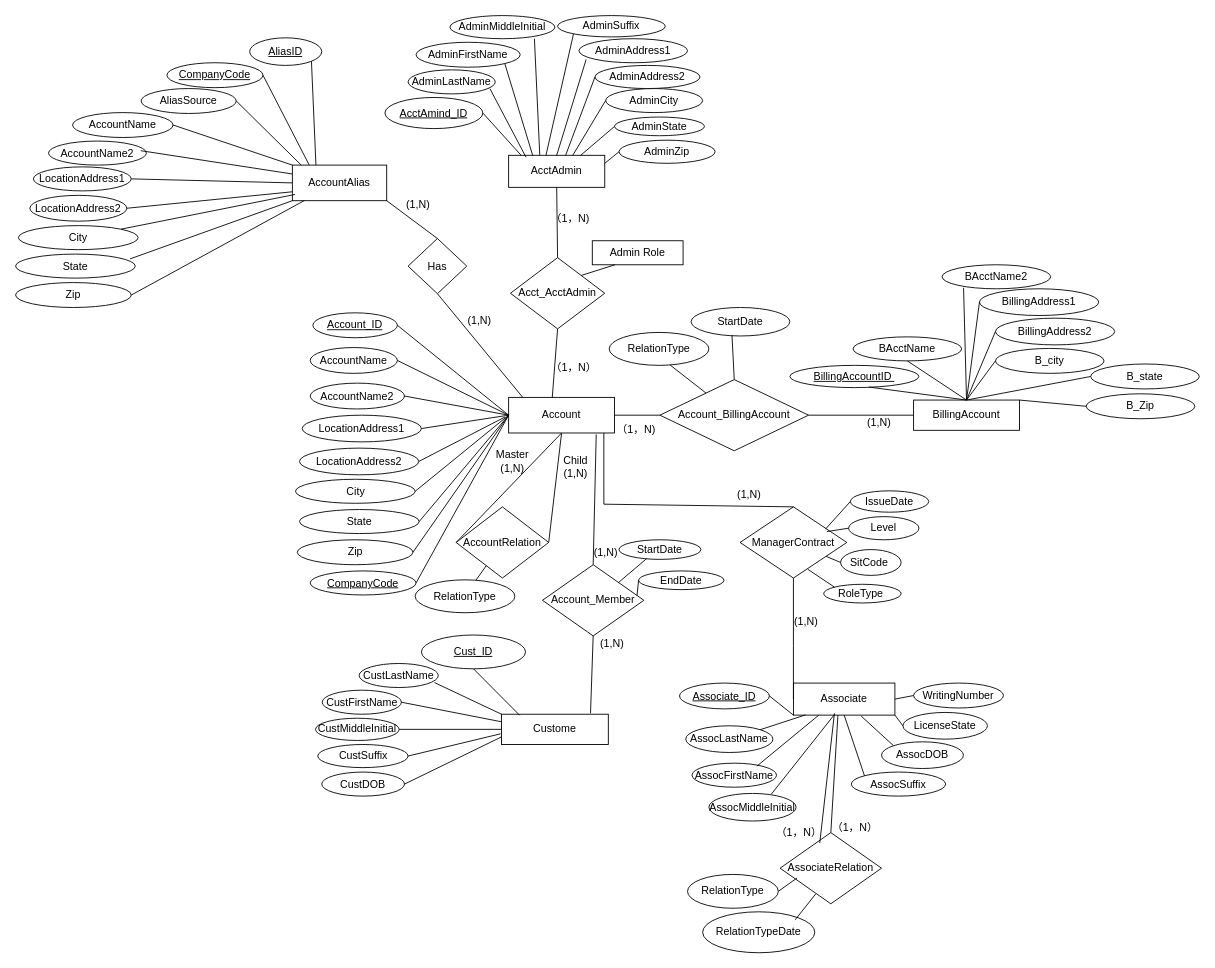
HanquanL/c_practices keeps this draw.io diagram as page "Page-1" (1 of 2) of dsm-project-p1.drawio. Above is the earlier version. Source tidied: cells renumbered, new cells numbered last; positions are measured from the earlier drawing's top-left corner, leaving out a move shared by most shapes. Both pictures are drawn from the tidied source at 89%, with x=0, y=0 at pixel (15, 15).
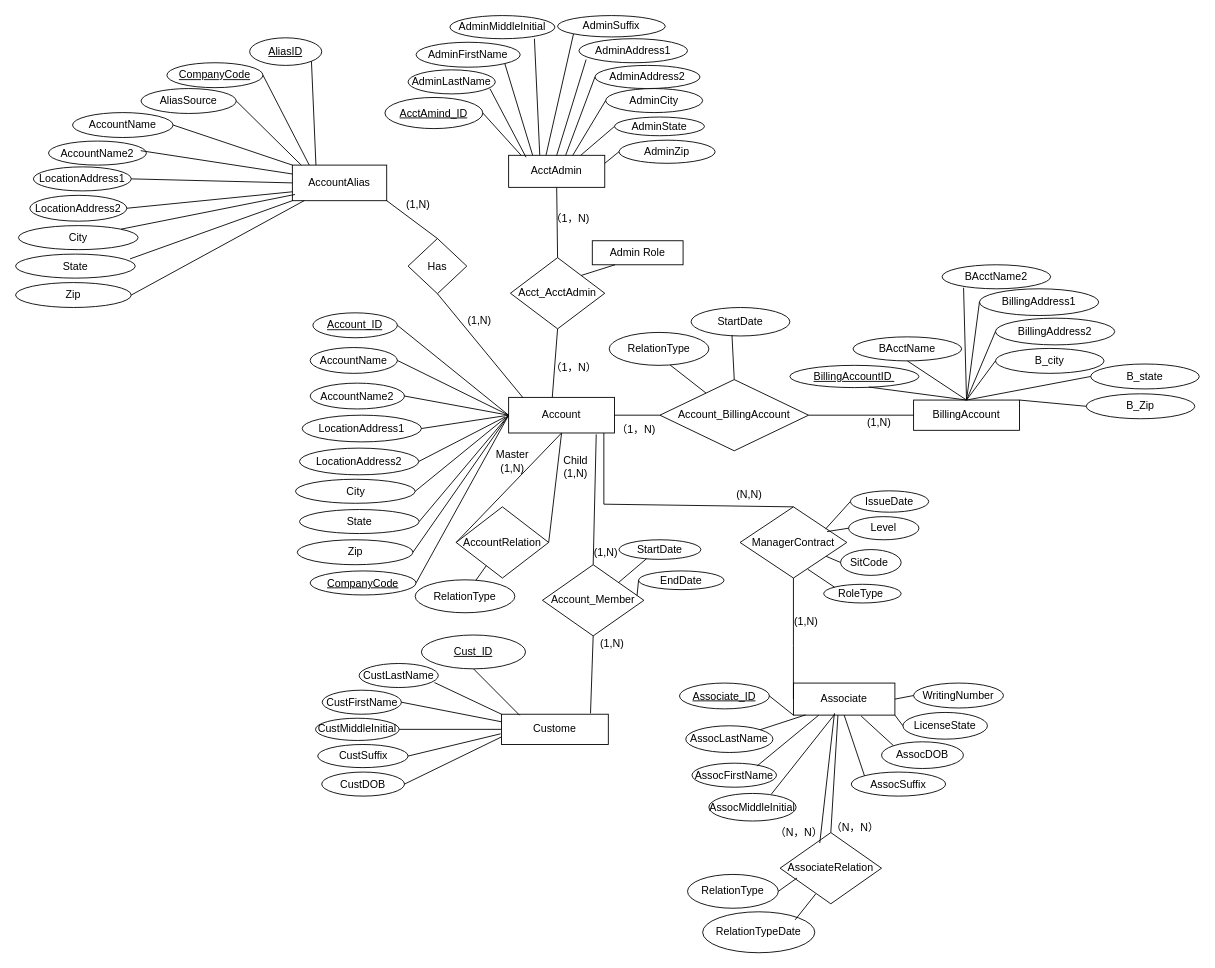
The same page after the edit.

Diff of the diagram source:
```diff
@@
-    <mxCell id="159" value="(1,N)" style="text;html=1;align=center;verticalAlign=middle;strokeColor=none;fillColor=none;" parent="1" vertex="1">
-      <mxGeometry x="801" y="525" width="45" height="26" as="geometry" />
+    <mxCell id="159" value="(N,N)" style="text;html=1;align=center;verticalAlign=middle;strokeColor=none;fillColor=none;" parent="1" vertex="1">
+      <mxGeometry x="800" y="525" width="47" height="26" as="geometry" />
     </mxCell>
@@
-    <mxCell id="167" value="（1，N）" style="text;html=1;align=center;verticalAlign=middle;strokeColor=none;fillColor=none;" parent="1" vertex="1">
-      <mxGeometry x="908" y="900" width="69" height="26" as="geometry" />
+    <mxCell id="167" value="（N，N）" style="text;html=1;align=center;verticalAlign=middle;strokeColor=none;fillColor=none;" parent="1" vertex="1">
+      <mxGeometry x="907" y="900" width="71" height="26" as="geometry" />
     </mxCell>
-    <mxCell id="168" value="（1，N）" style="text;html=1;align=center;verticalAlign=middle;strokeColor=none;fillColor=none;" parent="1" vertex="1">
-      <mxGeometry x="845" y="905" width="69" height="26" as="geometry" />
+    <mxCell id="168" value="（N，N）" style="text;html=1;align=center;verticalAlign=middle;strokeColor=none;fillColor=none;" parent="1" vertex="1">
+      <mxGeometry x="844" y="905" width="71" height="26" as="geometry" />
     </mxCell>
```
